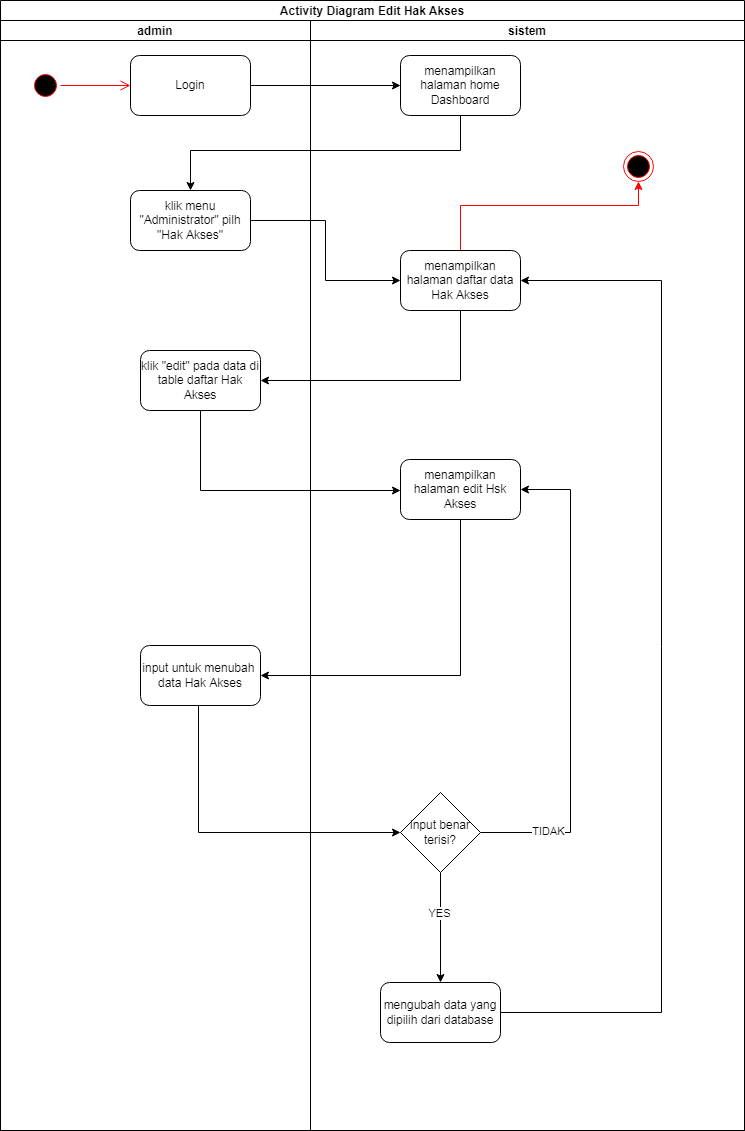
This is SKRIPSI/UML/2. ACTIVITY/ROLE ACCSESS/EDIT.png from Rusadi-0/KULIAH, a draw.io export, as it was before one commit. Source tidied: cells renumbered, new cells last; positions are measured from the earlier drawing's top-left corner, leaving out a move shared by most shapes.
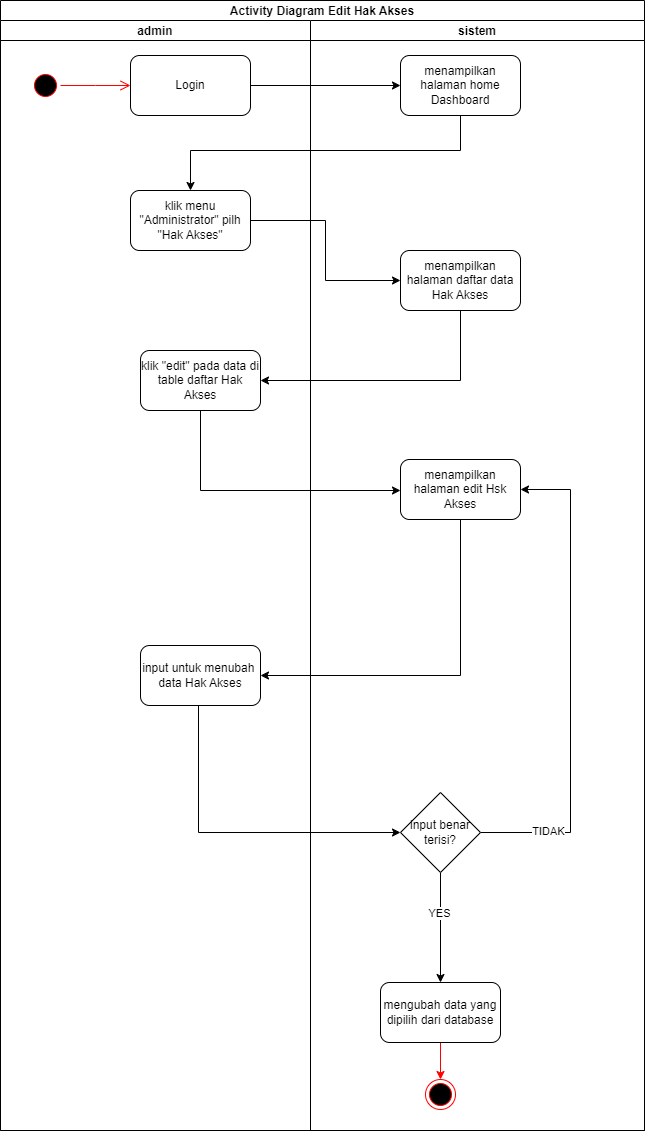
The same diagram one commit later.

Change to the diagram source:
```diff
@@ -3,7 +3,7 @@
     <mxCell id="0" />
     <mxCell id="1" parent="0" />
     <mxCell id="2" value="Activity Diagram Edit Hak Akses" style="swimlane;startSize=20;" parent="1" vertex="1">
-      <mxGeometry width="744" height="1130" as="geometry" />
+      <mxGeometry width="644" height="1130" as="geometry" />
     </mxCell>
     <mxCell id="3" value="admin" style="swimlane;startSize=20;" parent="2" vertex="1">
       <mxGeometry y="20" width="310" height="1110" as="geometry" />
@@ -29,24 +29,16 @@
       <mxGeometry x="140" y="625" width="120" height="60" as="geometry" />
     </mxCell>
     <mxCell id="10" value="sistem" style="swimlane;startSize=20;" parent="2" vertex="1">
-      <mxGeometry x="310" y="20" width="434" height="1110" as="geometry" />
+      <mxGeometry x="310" y="20" width="334" height="1110" as="geometry" />
     </mxCell>
     <mxCell id="11" value="menampilkan halaman home Dashboard" style="rounded=1;whiteSpace=wrap;html=1;" parent="10" vertex="1">
       <mxGeometry x="90" y="35" width="120" height="60" as="geometry" />
     </mxCell>
-    <mxCell id="12" style="edgeStyle=orthogonalEdgeStyle;rounded=0;jettySize=auto;html=1;strokeColor=#FF0000;" parent="10" edge="1" source="13" target="14">
-      <mxGeometry relative="1" as="geometry">
-        <Array as="points">
-          <mxPoint x="150" y="185" />
-          <mxPoint x="328" y="185" />
-        </Array>
-      </mxGeometry>
-    </mxCell>
     <mxCell id="13" value="menampilkan halaman daftar data Hak Akses" style="rounded=1;whiteSpace=wrap;html=1;" parent="10" vertex="1">
       <mxGeometry x="90" y="230" width="120" height="60" as="geometry" />
     </mxCell>
     <mxCell id="14" style="ellipse;html=1;shape=endState;fillColor=#000000;strokeColor=#ff0000;" parent="10" vertex="1">
-      <mxGeometry x="313" y="131" width="30" height="30" as="geometry" />
+      <mxGeometry x="115" y="1059" width="30" height="30" as="geometry" />
     </mxCell>
     <mxCell id="15" value="menampilkan halaman edit Hsk Akses" style="rounded=1;whiteSpace=wrap;html=1;" parent="10" vertex="1">
       <mxGeometry x="90" y="439" width="120" height="60" as="geometry" />
@@ -71,14 +63,9 @@
     <mxCell id="20" value="input benar terisi?" style="rhombus;whiteSpace=wrap;html=1;" parent="10" vertex="1">
       <mxGeometry x="90" y="772" width="80" height="80" as="geometry" />
     </mxCell>
-    <mxCell id="21" style="edgeStyle=orthogonalEdgeStyle;rounded=0;jettySize=auto;html=1;strokeColor=#000000;entryX=1;entryY=0.5;entryDx=0;entryDy=0;" parent="10" edge="1" source="22" target="13">
-      <mxGeometry relative="1" as="geometry">
-        <Array as="points">
-          <mxPoint x="351" y="992" />
-          <mxPoint x="351" y="260" />
-        </Array>
-      </mxGeometry>
-    </mxCell>
+    <mxCell id="30" style="edgeStyle=orthogonalEdgeStyle;rounded=0;jettySize=auto;html=1;strokeColor=#FF0000;" parent="10" edge="1" source="22" target="14">
+      <mxGeometry relative="1" as="geometry" />
+    </mxCell>
     <mxCell id="22" value="mengubah data yang dipilih dari database" style="rounded=1;whiteSpace=wrap;html=1;" parent="10" vertex="1">
       <mxGeometry x="70" y="962" width="120" height="60" as="geometry" />
     </mxCell>
```
